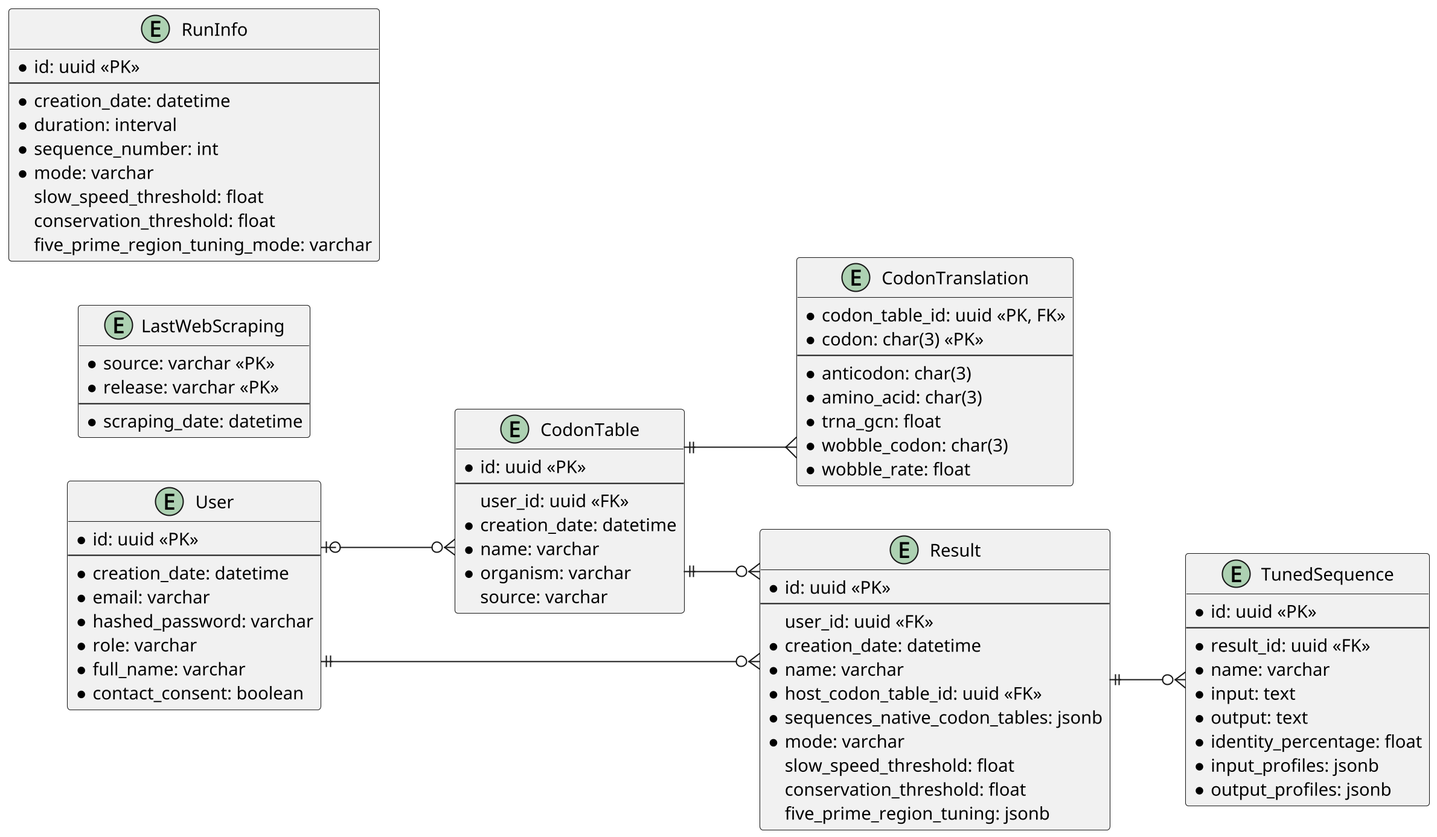
The PlantUML diagram docs/db_schema.png in tbonnabaud/expressinhost_web, before a commit.
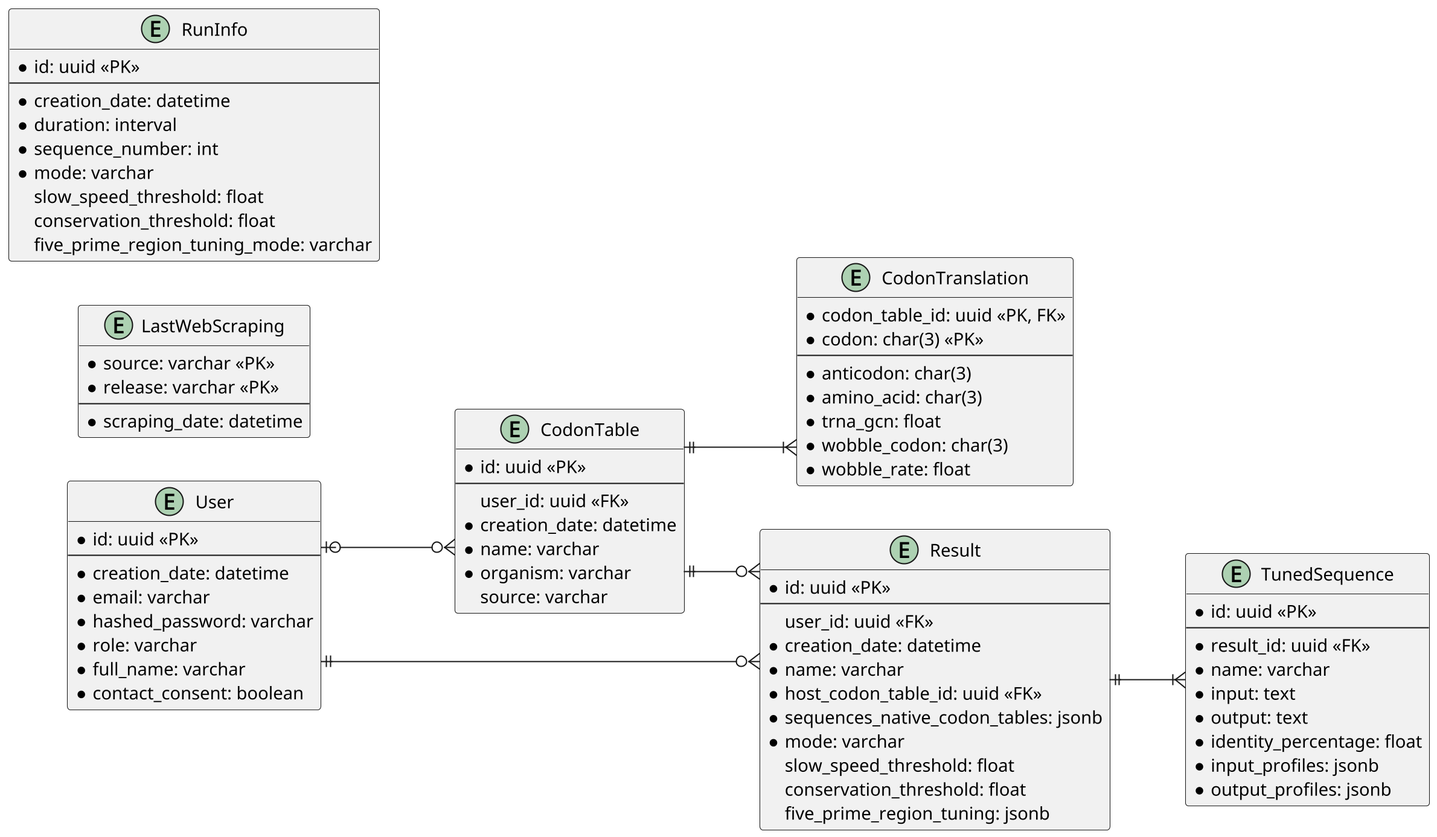
The same file after the commit.

Commit message:
Fix relationshop between Result and TunedSequence

What changed in the source:
```diff
@@ -82,9 +82,9 @@
 }
 
 User |o--o{ CodonTable
-CodonTable ||--{ CodonTranslation
+CodonTable ||--|{ CodonTranslation
 User ||--o{ Result
 CodonTable ||--o{ Result
-Result ||--o{ TunedSequence
+Result ||--|{ TunedSequence
 
 @enduml
```
